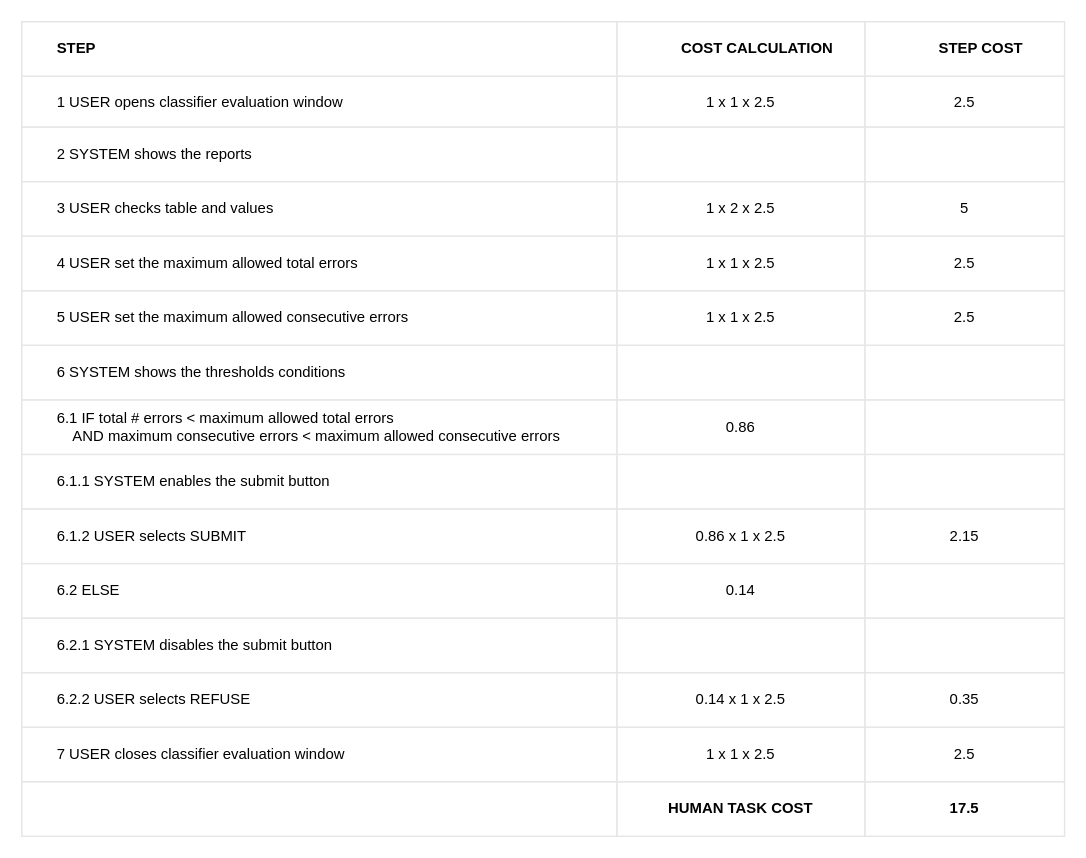
Above: evaluate classifier (Jaco)/EVALUATE_CLASSIFIER_TABLE.drawio in BaffoBello14/AutomaticDamagesRecognition (draw.io), before the change. Source tidied: cells renumbered, new cells numbered last; positions are measured from the earlier drawing's top-left corner, leaving out a move shared by most shapes. Both pictures are drawn from the tidied source at 124%, with x=0, y=0 at pixel (21, 21).
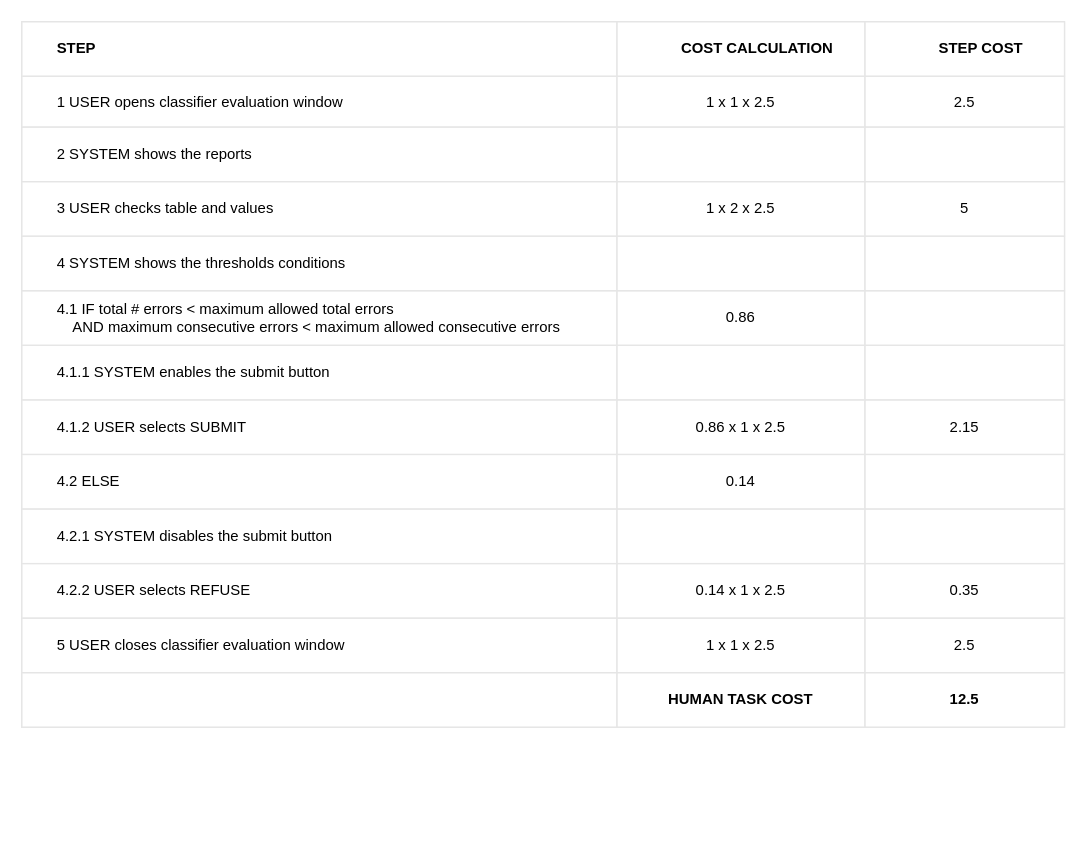
Above is the later version.

Change to the diagram source:
```diff
@@
     <mxCell id="2" style="childLayout=tableLayout;shadow=0;strokeColor=#E6E6E6;align=center;" parent="1" vertex="1">
-      <mxGeometry width="841" height="657" as="geometry" />
+      <mxGeometry width="841" height="569" as="geometry" />
     </mxCell>
@@
-    <mxCell id="19" style="shape=tableRow;horizontal=0;startSize=0;swimlaneHead=0;swimlaneBody=0;top=0;left=0;bottom=0;right=0;fontStyle=0;fillColor=none;strokeColor=inherit;align=center;" parent="2" vertex="1">
-      <mxGeometry y="173" width="841" height="44" as="geometry" />
-    </mxCell>
-    <mxCell id="20" value="&lt;span style=&quot;white-space: pre;&quot;&gt;&#9;&lt;/span&gt;4 USER set the maximum allowed t&lt;span style=&quot;border-color: var(--border-color); background-color: initial;&quot;&gt;otal errors&lt;/span&gt;" style="strokeColor=inherit;fillColor=none;align=left;whiteSpace=wrap;html=1;labelPosition=center;verticalLabelPosition=middle;verticalAlign=middle;" parent="19" vertex="1">
-      <mxGeometry width="480" height="44" as="geometry" />
-    </mxCell>
-    <mxCell id="21" value="1 x 1 x 2.5" style="strokeColor=inherit;fillColor=none;align=center;whiteSpace=wrap;html=1;" parent="19" vertex="1">
-      <mxGeometry x="480" width="200" height="44" as="geometry" />
-    </mxCell>
-    <mxCell id="22" value="2.5" style="strokeColor=inherit;fillColor=none;align=center;whiteSpace=wrap;html=1;" parent="19" vertex="1">
-      <mxGeometry x="680" width="161" height="44" as="geometry" />
-    </mxCell>
-    <mxCell id="23" style="shape=tableRow;horizontal=0;startSize=0;swimlaneHead=0;swimlaneBody=0;top=0;left=0;bottom=0;right=0;fontStyle=0;fillColor=none;strokeColor=inherit;align=center;" parent="2" vertex="1">
-      <mxGeometry y="217" width="841" height="44" as="geometry" />
-    </mxCell>
-    <mxCell id="24" value="&lt;span style=&quot;white-space: pre;&quot;&gt;&#9;&lt;/span&gt;5 USER set the maximum allowed&amp;nbsp;consecutive&amp;nbsp;errors&amp;nbsp;" style="strokeColor=inherit;fillColor=none;align=left;whiteSpace=wrap;html=1;labelPosition=center;verticalLabelPosition=middle;verticalAlign=middle;" parent="23" vertex="1">
-      <mxGeometry width="480" height="44" as="geometry" />
-    </mxCell>
-    <mxCell id="25" value="1 x 1 x 2.5" style="strokeColor=inherit;fillColor=none;align=center;whiteSpace=wrap;html=1;" parent="23" vertex="1">
-      <mxGeometry x="480" width="200" height="44" as="geometry" />
-    </mxCell>
-    <mxCell id="26" value="2.5" style="strokeColor=inherit;fillColor=none;align=center;whiteSpace=wrap;html=1;" parent="23" vertex="1">
-      <mxGeometry x="680" width="161" height="44" as="geometry" />
-    </mxCell>
     <mxCell id="27" style="shape=tableRow;horizontal=0;startSize=0;swimlaneHead=0;swimlaneBody=0;top=0;left=0;bottom=0;right=0;fontStyle=0;fillColor=none;strokeColor=inherit;align=center;" parent="2" vertex="1">
-      <mxGeometry y="261" width="841" height="44" as="geometry" />
+      <mxGeometry y="173" width="841" height="44" as="geometry" />
     </mxCell>
-    <mxCell id="28" value="&lt;span style=&quot;white-space: pre;&quot;&gt;&#9;&lt;/span&gt;6&amp;nbsp;SYSTEM shows the thresholds conditions" style="strokeColor=inherit;fillColor=none;align=left;whiteSpace=wrap;html=1;labelPosition=center;verticalLabelPosition=middle;verticalAlign=middle;" parent="27" vertex="1">
+    <mxCell id="28" value="&lt;span style=&quot;white-space: pre;&quot;&gt;&#9;&lt;/span&gt;4&amp;nbsp;SYSTEM shows the thresholds conditions" style="strokeColor=inherit;fillColor=none;align=left;whiteSpace=wrap;html=1;labelPosition=center;verticalLabelPosition=middle;verticalAlign=middle;" parent="27" vertex="1">
       <mxGeometry width="480" height="44" as="geometry" />
     </mxCell>
@@
     <mxCell id="31" style="shape=tableRow;horizontal=0;startSize=0;swimlaneHead=0;swimlaneBody=0;top=0;left=0;bottom=0;right=0;fontStyle=0;fillColor=none;strokeColor=inherit;align=center;" parent="2" vertex="1">
-      <mxGeometry y="305" width="841" height="44" as="geometry" />
+      <mxGeometry y="217" width="841" height="44" as="geometry" />
     </mxCell>
-    <mxCell id="32" value="&lt;span style=&quot;white-space: pre;&quot;&gt;&#9;&lt;/span&gt;6.1&amp;nbsp;IF total # errors &amp;lt; maximum allowed total errors &lt;br&gt;&lt;span style=&quot;white-space: pre;&quot;&gt;&#9;&lt;/span&gt;&amp;nbsp; &amp;nbsp; AND maximum consecutive errors&amp;nbsp;&amp;lt; maximum allowed consecutive errors" style="strokeColor=inherit;fillColor=none;align=left;whiteSpace=wrap;html=1;labelPosition=center;verticalLabelPosition=middle;verticalAlign=middle;" parent="31" vertex="1">
+    <mxCell id="32" value="&lt;span style=&quot;white-space: pre;&quot;&gt;&#9;&lt;/span&gt;4.1&amp;nbsp;IF total # errors &amp;lt; maximum allowed total errors &lt;br&gt;&lt;span style=&quot;white-space: pre;&quot;&gt;&#9;&lt;/span&gt;&amp;nbsp; &amp;nbsp; AND maximum consecutive errors&amp;nbsp;&amp;lt; maximum allowed consecutive errors" style="strokeColor=inherit;fillColor=none;align=left;whiteSpace=wrap;html=1;labelPosition=center;verticalLabelPosition=middle;verticalAlign=middle;" parent="31" vertex="1">
       <mxGeometry width="480" height="44" as="geometry" />
     </mxCell>
@@
     <mxCell id="35" style="shape=tableRow;horizontal=0;startSize=0;swimlaneHead=0;swimlaneBody=0;top=0;left=0;bottom=0;right=0;fontStyle=0;fillColor=none;strokeColor=inherit;align=center;" parent="2" vertex="1">
-      <mxGeometry y="349" width="841" height="44" as="geometry" />
+      <mxGeometry y="261" width="841" height="44" as="geometry" />
     </mxCell>
-    <mxCell id="36" value="&lt;span style=&quot;white-space: pre;&quot;&gt;&#9;&lt;/span&gt;6.1.1 SYSTEM enables the submit button" style="strokeColor=inherit;fillColor=none;align=left;whiteSpace=wrap;html=1;labelPosition=center;verticalLabelPosition=middle;verticalAlign=middle;" parent="35" vertex="1">
+    <mxCell id="36" value="&lt;span style=&quot;white-space: pre;&quot;&gt;&#9;&lt;/span&gt;4.1.1 SYSTEM enables the submit button" style="strokeColor=inherit;fillColor=none;align=left;whiteSpace=wrap;html=1;labelPosition=center;verticalLabelPosition=middle;verticalAlign=middle;" parent="35" vertex="1">
       <mxGeometry width="480" height="44" as="geometry" />
     </mxCell>
@@
     <mxCell id="39" style="shape=tableRow;horizontal=0;startSize=0;swimlaneHead=0;swimlaneBody=0;top=0;left=0;bottom=0;right=0;fontStyle=0;fillColor=none;strokeColor=inherit;align=center;" parent="2" vertex="1">
-      <mxGeometry y="393" width="841" height="44" as="geometry" />
+      <mxGeometry y="305" width="841" height="44" as="geometry" />
     </mxCell>
-    <mxCell id="40" value="&lt;span style=&quot;white-space: pre;&quot;&gt;&#9;&lt;/span&gt;6.1.2 USER selects SUBMIT" style="strokeColor=inherit;fillColor=none;align=left;whiteSpace=wrap;html=1;labelPosition=center;verticalLabelPosition=middle;verticalAlign=middle;" parent="39" vertex="1">
+    <mxCell id="40" value="&lt;span style=&quot;white-space: pre;&quot;&gt;&#9;&lt;/span&gt;4.1.2 USER selects SUBMIT" style="strokeColor=inherit;fillColor=none;align=left;whiteSpace=wrap;html=1;labelPosition=center;verticalLabelPosition=middle;verticalAlign=middle;" parent="39" vertex="1">
       <mxGeometry width="480" height="44" as="geometry" />
     </mxCell>
@@
     <mxCell id="43" style="shape=tableRow;horizontal=0;startSize=0;swimlaneHead=0;swimlaneBody=0;top=0;left=0;bottom=0;right=0;fontStyle=0;fillColor=none;strokeColor=inherit;align=center;" parent="2" vertex="1">
-      <mxGeometry y="437" width="841" height="44" as="geometry" />
+      <mxGeometry y="349" width="841" height="44" as="geometry" />
     </mxCell>
-    <mxCell id="44" value="&lt;span style=&quot;white-space: pre;&quot;&gt;&#9;&lt;/span&gt;6.2 ELSE" style="strokeColor=inherit;fillColor=none;align=left;whiteSpace=wrap;html=1;labelPosition=center;verticalLabelPosition=middle;verticalAlign=middle;" parent="43" vertex="1">
+    <mxCell id="44" value="&lt;span style=&quot;white-space: pre;&quot;&gt;&#9;&lt;/span&gt;4.2 ELSE" style="strokeColor=inherit;fillColor=none;align=left;whiteSpace=wrap;html=1;labelPosition=center;verticalLabelPosition=middle;verticalAlign=middle;" parent="43" vertex="1">
       <mxGeometry width="480" height="44" as="geometry" />
     </mxCell>
@@
     <mxCell id="47" style="shape=tableRow;horizontal=0;startSize=0;swimlaneHead=0;swimlaneBody=0;top=0;left=0;bottom=0;right=0;fontStyle=0;fillColor=none;strokeColor=inherit;align=center;" parent="2" vertex="1">
-      <mxGeometry y="481" width="841" height="44" as="geometry" />
+      <mxGeometry y="393" width="841" height="44" as="geometry" />
     </mxCell>
-    <mxCell id="48" value="&lt;span style=&quot;white-space: pre;&quot;&gt;&#9;&lt;/span&gt;6.2.1 SYSTEM disables the submit button" style="strokeColor=inherit;fillColor=none;align=left;whiteSpace=wrap;html=1;labelPosition=center;verticalLabelPosition=middle;verticalAlign=middle;" parent="47" vertex="1">
+    <mxCell id="48" value="&lt;span style=&quot;white-space: pre;&quot;&gt;&#9;&lt;/span&gt;4.2.1 SYSTEM disables the submit button" style="strokeColor=inherit;fillColor=none;align=left;whiteSpace=wrap;html=1;labelPosition=center;verticalLabelPosition=middle;verticalAlign=middle;" parent="47" vertex="1">
       <mxGeometry width="480" height="44" as="geometry" />
     </mxCell>
@@
     <mxCell id="51" style="shape=tableRow;horizontal=0;startSize=0;swimlaneHead=0;swimlaneBody=0;top=0;left=0;bottom=0;right=0;fontStyle=0;fillColor=none;strokeColor=inherit;align=center;" parent="2" vertex="1">
-      <mxGeometry y="525" width="841" height="44" as="geometry" />
+      <mxGeometry y="437" width="841" height="44" as="geometry" />
     </mxCell>
-    <mxCell id="52" value="&#9;&lt;span style=&quot;white-space: pre;&quot;&gt;&#9;&lt;/span&gt;6.2.2 USER selects REFUSE" style="strokeColor=inherit;fillColor=none;align=left;whiteSpace=wrap;html=1;labelPosition=center;verticalLabelPosition=middle;verticalAlign=middle;" parent="51" vertex="1">
+    <mxCell id="52" value="&#9;&lt;span style=&quot;white-space: pre;&quot;&gt;&#9;&lt;/span&gt;4.2.2 USER selects REFUSE" style="strokeColor=inherit;fillColor=none;align=left;whiteSpace=wrap;html=1;labelPosition=center;verticalLabelPosition=middle;verticalAlign=middle;" parent="51" vertex="1">
       <mxGeometry width="480" height="44" as="geometry" />
     </mxCell>
@@
     <mxCell id="55" style="shape=tableRow;horizontal=0;startSize=0;swimlaneHead=0;swimlaneBody=0;top=0;left=0;bottom=0;right=0;fontStyle=0;fillColor=none;strokeColor=inherit;align=center;" parent="2" vertex="1">
-      <mxGeometry y="569" width="841" height="44" as="geometry" />
+      <mxGeometry y="481" width="841" height="44" as="geometry" />
     </mxCell>
-    <mxCell id="56" value="&lt;span style=&quot;white-space: pre;&quot;&gt;&#9;&lt;/span&gt;7&amp;nbsp;USER closes classifier evaluation window&amp;nbsp;" style="strokeColor=inherit;fillColor=none;align=left;whiteSpace=wrap;html=1;labelPosition=center;verticalLabelPosition=middle;verticalAlign=middle;" parent="55" vertex="1">
+    <mxCell id="56" value="&lt;span style=&quot;white-space: pre;&quot;&gt;&#9;&lt;/span&gt;5&amp;nbsp;USER closes classifier evaluation window&amp;nbsp;" style="strokeColor=inherit;fillColor=none;align=left;whiteSpace=wrap;html=1;labelPosition=center;verticalLabelPosition=middle;verticalAlign=middle;" parent="55" vertex="1">
       <mxGeometry width="480" height="44" as="geometry" />
     </mxCell>
@@
     <mxCell id="59" style="shape=tableRow;horizontal=0;startSize=0;swimlaneHead=0;swimlaneBody=0;top=0;left=0;bottom=0;right=0;fontStyle=0;fillColor=none;strokeColor=inherit;align=center;" parent="2" vertex="1">
-      <mxGeometry y="613" width="841" height="44" as="geometry" />
+      <mxGeometry y="525" width="841" height="44" as="geometry" />
     </mxCell>
@@
-    <mxCell id="62" value="17.5" style="strokeColor=inherit;fillColor=none;align=center;whiteSpace=wrap;html=1;fontStyle=1;" parent="59" vertex="1">
+    <mxCell id="62" value="12.5" style="strokeColor=inherit;fillColor=none;align=center;whiteSpace=wrap;html=1;fontStyle=1;" parent="59" vertex="1">
       <mxGeometry x="680" width="161" height="44" as="geometry" />
     </mxCell>
```
